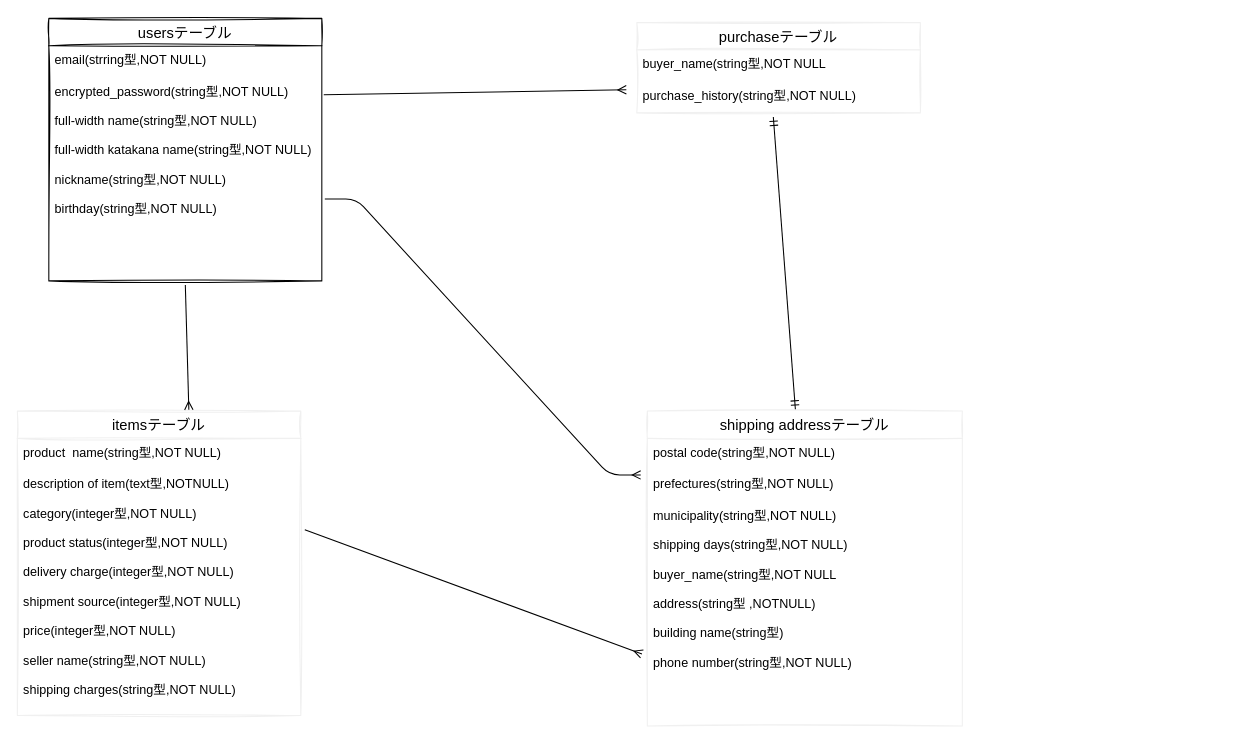
Before: test.dio in ittetu981/furima-35865, a draw.io diagram. Source tidied: cells renumbered, new cells numbered last; positions are measured from the earlier drawing's top-left corner, leaving out a move shared by most shapes. Both pictures are drawn from the tidied source at 105%, with x=0, y=0 at pixel (17, 18).
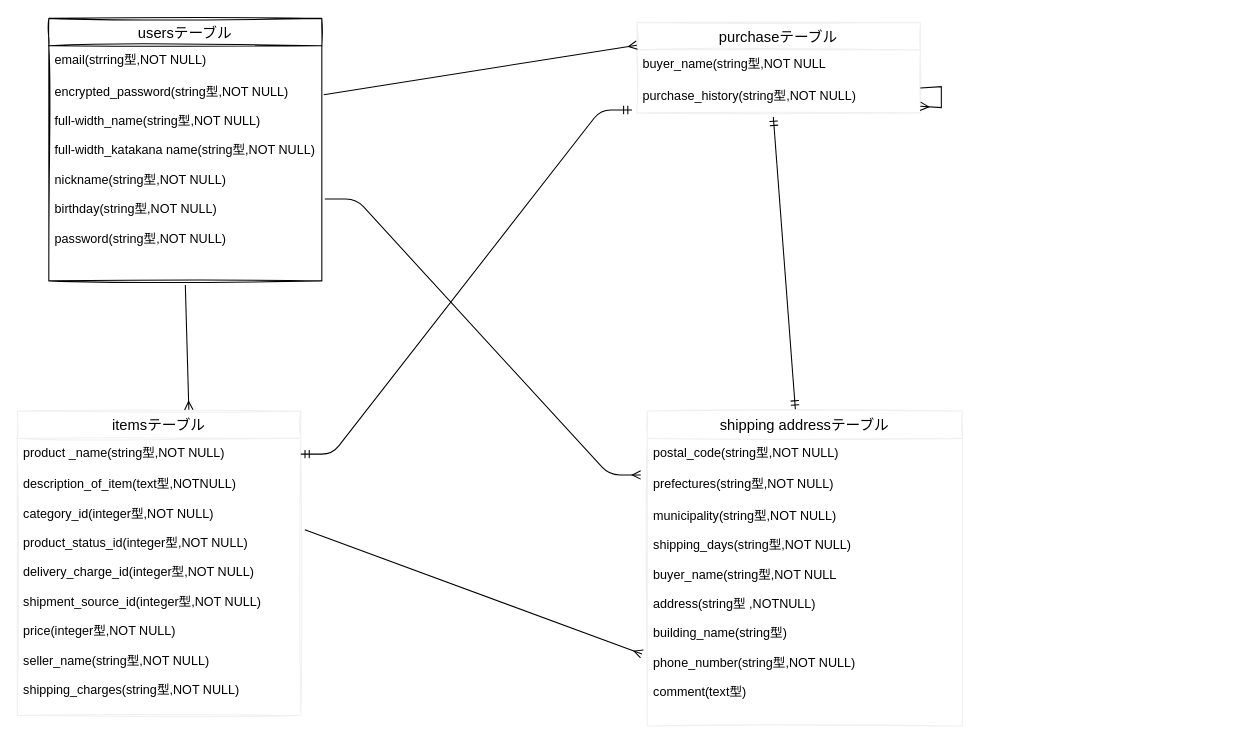
The same diagram, later.

The change refers to these unchanged cells:
```xml
<mxCell id="2" value="usersテーブル" style="swimlane;fontStyle=0;horizontal=1;startSize=26;align=center;fontSize=14;sketch=1;" parent="1" vertex="1">
  <mxGeometry x="30" width="260" height="250" as="geometry" />
</mxCell>
<mxCell id="6" value="itemsテーブル" style="swimlane;fontStyle=0;horizontal=1;startSize=26;align=center;fontSize=14;sketch=1;strokeColor=#f0f0f0;" parent="1" vertex="1">
  <mxGeometry y="374" width="270" height="290" as="geometry" />
</mxCell>
<mxCell id="9" value="purchaseテーブル" style="swimlane;fontStyle=0;horizontal=1;startSize=26;align=center;fontSize=14;sketch=1;strokeColor=#f0f0f0;" parent="1" vertex="1">
  <mxGeometry x="590" y="4" width="270" height="86" as="geometry" />
</mxCell>
<mxCell id="11" value="purchase_history(string型,NOT NULL)" style="text;strokeColor=none;fillColor=none;spacingLeft=4;spacingRight=4;overflow=hidden;points=[[0,0.5],[1,0.5]];portConstraint=eastwest;fontSize=12;" parent="9" vertex="1">
  <mxGeometry y="56" width="270" height="30" as="geometry" />
</mxCell>
<mxCell id="12" value="shipping addressテーブル" style="swimlane;fontStyle=0;horizontal=1;startSize=26;align=center;fontSize=14;sketch=1;strokeColor=#f0f0f0;" parent="1" vertex="1">
  <mxGeometry x="600" y="374" width="300" height="300" as="geometry" />
</mxCell>
```

Diff of the diagram source:
```diff
@@
-    <mxCell id="4" value="encrypted_password(string型,NOT NULL)&#10;&#10;full-width name(string型,NOT NULL)&#10;&#10;full-width katakana name(string型,NOT NULL)&#10;&#10;nickname(string型,NOT NULL)&#10;&#10;birthday(string型,NOT NULL)&#10;&#10;&#10;&#10;&#10;" style="text;strokeColor=none;fillColor=none;spacingLeft=4;spacingRight=4;overflow=hidden;points=[[0,0.5],[1,0.5]];portConstraint=eastwest;fontSize=12;" parent="2" vertex="1">
+    <mxCell id="4" value="encrypted_password(string型,NOT NULL)&#10;&#10;full-width_name(string型,NOT NULL)&#10;&#10;full-width_katakana name(string型,NOT NULL)&#10;&#10;nickname(string型,NOT NULL)&#10;&#10;birthday(string型,NOT NULL)&#10;&#10;password(string型,NOT NULL)&#10;&#10;&#10;&#10;&#10;" style="text;strokeColor=none;fillColor=none;spacingLeft=4;spacingRight=4;overflow=hidden;points=[[0,0.5],[1,0.5]];portConstraint=eastwest;fontSize=12;" parent="2" vertex="1">
       <mxGeometry y="56" width="260" height="194" as="geometry" />
     </mxCell>
@@
-    <mxCell id="7" value="product  name(string型,NOT NULL)&#10;" style="text;strokeColor=none;fillColor=none;spacingLeft=4;spacingRight=4;overflow=hidden;points=[[0,0.5],[1,0.5]];portConstraint=eastwest;fontSize=12;" parent="6" vertex="1">
+    <mxCell id="7" value="product _name(string型,NOT NULL)&#10;" style="text;strokeColor=none;fillColor=none;spacingLeft=4;spacingRight=4;overflow=hidden;points=[[0,0.5],[1,0.5]];portConstraint=eastwest;fontSize=12;" parent="6" vertex="1">
       <mxGeometry y="26" width="270" height="30" as="geometry" />
     </mxCell>
-    <mxCell id="8" value="description of item(text型,NOTNULL)&#10;&#10;category(integer型,NOT NULL)&#10;&#10;product status(integer型,NOT NULL)&#10;&#10;delivery charge(integer型,NOT NULL)&#10;&#10;shipment source(integer型,NOT NULL)&#10;&#10;price(integer型,NOT NULL)&#10;&#10;seller name(string型,NOT NULL)&#10;&#10;shipping charges(string型,NOT NULL)" style="text;strokeColor=none;fillColor=none;spacingLeft=4;spacingRight=4;overflow=hidden;points=[[0,0.5],[1,0.5]];portConstraint=eastwest;fontSize=12;" parent="6" vertex="1">
+    <mxCell id="8" value="description_of_item(text型,NOTNULL)&#10;&#10;category_id(integer型,NOT NULL)&#10;&#10;product_status_id(integer型,NOT NULL)&#10;&#10;delivery_charge_id(integer型,NOT NULL)&#10;&#10;shipment_source_id(integer型,NOT NULL)&#10;&#10;price(integer型,NOT NULL)&#10;&#10;seller_name(string型,NOT NULL)&#10;&#10;shipping_charges(string型,NOT NULL)" style="text;strokeColor=none;fillColor=none;spacingLeft=4;spacingRight=4;overflow=hidden;points=[[0,0.5],[1,0.5]];portConstraint=eastwest;fontSize=12;" parent="6" vertex="1">
       <mxGeometry y="56" width="270" height="234" as="geometry" />
     </mxCell>
@@
+    <mxCell id="21" style="edgeStyle=none;rounded=0;orthogonalLoop=1;jettySize=auto;html=1;endArrow=ERmany;endFill=0;targetPerimeterSpacing=0;" parent="9" edge="1" source="11" target="11">
+      <mxGeometry relative="1" as="geometry" />
+    </mxCell>
@@
-    <mxCell id="13" value="postal code(string型,NOT NULL)" style="text;strokeColor=none;fillColor=none;spacingLeft=4;spacingRight=4;overflow=hidden;fontSize=12;" parent="12" vertex="1">
+    <mxCell id="13" value="postal_code(string型,NOT NULL)" style="text;strokeColor=none;fillColor=none;spacingLeft=4;spacingRight=4;overflow=hidden;fontSize=12;" parent="12" vertex="1">
       <mxGeometry y="26" width="300" height="30" as="geometry" />
     </mxCell>
@@
-    <mxCell id="15" value="municipality(string型,NOT NULL)&#10;&#10;shipping days(string型,NOT NULL)&#10;&#10;buyer_name(string型,NOT NULL&#10;&#10;address(string型 ,NOTNULL)&#10;&#10;building name(string型)&#10;&#10;phone number(string型,NOT NULL)" style="text;strokeColor=none;fillColor=none;spacingLeft=4;spacingRight=4;overflow=hidden;points=[[0,0.5],[1,0.5]];portConstraint=eastwest;fontSize=12;" parent="12" vertex="1">
+    <mxCell id="15" value="municipality(string型,NOT NULL)&#10;&#10;shipping_days(string型,NOT NULL)&#10;&#10;buyer_name(string型,NOT NULL&#10;&#10;address(string型 ,NOTNULL)&#10;&#10;building_name(string型)&#10;&#10;phone_number(string型,NOT NULL)&#10;&#10;comment(text型)&#10;" style="text;strokeColor=none;fillColor=none;spacingLeft=4;spacingRight=4;overflow=hidden;points=[[0,0.5],[1,0.5]];portConstraint=eastwest;fontSize=12;" parent="12" vertex="1">
       <mxGeometry y="86" width="300" height="214" as="geometry" />
     </mxCell>
-    <mxCell id="16" style="fontSize=12;html=1;endArrow=ERmany;targetPerimeterSpacing=0;exitX=1.007;exitY=0.086;exitDx=0;exitDy=0;exitPerimeter=0;" parent="1" edge="1" source="4">
-      <mxGeometry relative="1" as="geometry">
-        <mxPoint x="580" y="68" as="targetPoint" />
-      </mxGeometry>
+    <mxCell id="16" style="fontSize=12;html=1;endArrow=ERmany;targetPerimeterSpacing=0;exitX=1.007;exitY=0.086;exitDx=0;exitDy=0;exitPerimeter=0;entryX=0;entryY=0.25;entryDx=0;entryDy=0;" parent="1" edge="1" source="4" target="9">
+      <mxGeometry relative="1" as="geometry" />
     </mxCell>
@@
+    <mxCell id="22" style="edgeStyle=entityRelationEdgeStyle;fontSize=12;html=1;endArrow=ERmandOne;startArrow=ERmandOne;targetPerimeterSpacing=0;exitX=1;exitY=0.5;exitDx=0;exitDy=0;entryX=-0.017;entryY=0.908;entryDx=0;entryDy=0;entryPerimeter=0;" parent="1" edge="1" source="7" target="11">
+      <mxGeometry relative="1" as="geometry" />
+    </mxCell>
```
